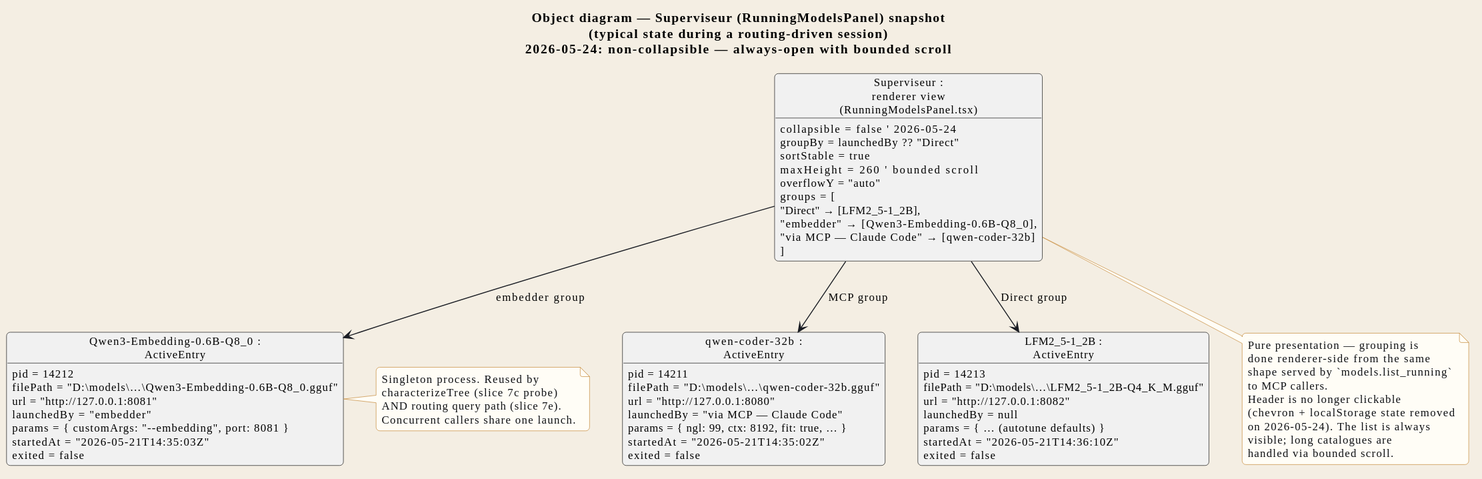
Earlier version of the PlantUML export docs/en/svg/objects-running-models.svg (Syphys/maestria). Its diagram source:
```plantuml
@startuml
!include ../_includes/style.iuml

title Object diagram — Superviseur (RunningModelsPanel) snapshot\n(typical state during a routing-driven session)\n2026-05-24: non-collapsible — always-open with bounded scroll


object "qwen-coder-32b :\nActiveEntry" as O_E_QWEN {
  pid = 14211
  filePath = "D:\\models\\…\\qwen-coder-32b.gguf"
  url = "http://127.0.0.1:8080"
  launchedBy = "via MCP — Claude Code"
  params = { ngl: 99, ctx: 8192, fit: true, … }
  startedAt = "2026-05-21T14:35:02Z"
  exited = false
}

object "Qwen3-Embedding-0.6B-Q8_0 :\nActiveEntry" as O_E_EMB {
  pid = 14212
  filePath = "D:\\models\\…\\Qwen3-Embedding-0.6B-Q8_0.gguf"
  url = "http://127.0.0.1:8081"
  launchedBy = "embedder"
  params = { customArgs: "--embedding", port: 8081 }
  startedAt = "2026-05-21T14:35:03Z"
  exited = false
}

object "LFM2_5-1_2B :\nActiveEntry" as O_E_LFM {
  pid = 14213
  filePath = "D:\\models\\…\\LFM2_5-1_2B-Q4_K_M.gguf"
  url = "http://127.0.0.1:8082"
  launchedBy = null
  params = { … (autotune defaults) }
  startedAt = "2026-05-21T14:36:10Z"
  exited = false
}

object "Superviseur :\nrenderer view\n(RunningModelsPanel.tsx)" as O_PANEL {
  collapsible = false   ' 2026-05-24
  groupBy = launchedBy ?? "Direct"
  sortStable = true
  maxHeight = 260       ' bounded scroll
  overflowY = "auto"
  groups = [
    "Direct" → [LFM2_5-1_2B],
    "embedder" → [Qwen3-Embedding-0.6B-Q8_0],
    "via MCP — Claude Code" → [qwen-coder-32b]
  ]
}

O_PANEL --> O_E_LFM : Direct group
O_PANEL --> O_E_EMB : embedder group
O_PANEL --> O_E_QWEN : MCP group

note right of O_E_EMB
  Singleton process. Reused by
  characterizeTree (slice 7c probe)
  AND routing query path (slice 7e).
  Concurrent callers share one launch.
end note

note bottom of O_PANEL
  Pure presentation — grouping is
  done renderer-side from the same
  shape served by `models.list_running`
  to MCP callers.
  Header is no longer clickable
  (chevron + localStorage state removed
  on 2026-05-24). The list is always
  visible; long catalogues are
  handled via bounded scroll.
end note
@enduml
```
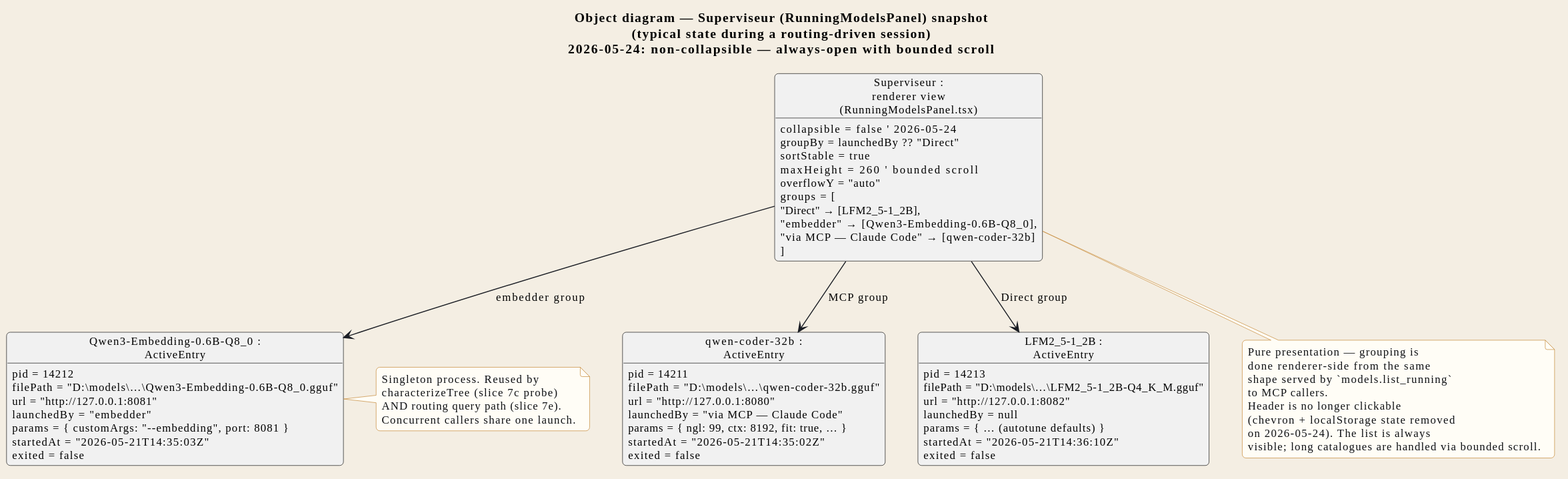
The same file after the commit.

Diff of the diagram source:
```diff
@@ -1,7 +1,7 @@
 @startuml
 !include ../_includes/style.iuml
 
-title Object diagram — Superviseur (RunningModelsPanel) snapshot\n(typical state during a routing-driven session)\n2026-05-24: non-collapsible — always-open with bounded scroll
+title STR_ORM_TITLE
 
 
 object "qwen-coder-32b :\nActiveEntry" as O_E_QWEN {
@@ -29,16 +29,16 @@
   filePath = "D:\\models\\…\\LFM2_5-1_2B-Q4_K_M.gguf"
   url = "http://127.0.0.1:8082"
   launchedBy = null
-  params = { … (autotune defaults) }
+  params = STR_ORM_LFM_PARAMS
   startedAt = "2026-05-21T14:36:10Z"
   exited = false
 }
 
-object "Superviseur :\nrenderer view\n(RunningModelsPanel.tsx)" as O_PANEL {
+object "STR_ORM_PANEL_LABEL" as O_PANEL {
   collapsible = false   ' 2026-05-24
   groupBy = launchedBy ?? "Direct"
   sortStable = true
-  maxHeight = 260       ' bounded scroll
+  maxHeight = 260       ' STR_ORM_PANEL_SCROLL_COMMENT
   overflowY = "auto"
   groups = [
     "Direct" → [LFM2_5-1_2B],
@@ -47,26 +47,25 @@
   ]
 }
 
-O_PANEL --> O_E_LFM : Direct group
-O_PANEL --> O_E_EMB : embedder group
-O_PANEL --> O_E_QWEN : MCP group
+O_PANEL --> O_E_LFM : STR_ORM_REL_DIRECT
+O_PANEL --> O_E_EMB : STR_ORM_REL_EMB
+O_PANEL --> O_E_QWEN : STR_ORM_REL_MCP
 
 note right of O_E_EMB
-  Singleton process. Reused by
-  characterizeTree (slice 7c probe)
-  AND routing query path (slice 7e).
-  Concurrent callers share one launch.
+  STR_ORM_NOTE_EMB_L1
+  STR_ORM_NOTE_EMB_L2
+  STR_ORM_NOTE_EMB_L3
+  STR_ORM_NOTE_EMB_L4
 end note
 
 note bottom of O_PANEL
-  Pure presentation — grouping is
-  done renderer-side from the same
-  shape served by `models.list_running`
-  to MCP callers.
-  Header is no longer clickable
-  (chevron + localStorage state removed
-  on 2026-05-24). The list is always
-  visible; long catalogues are
-  handled via bounded scroll.
+  STR_ORM_NOTE_PANEL_L1
+  STR_ORM_NOTE_PANEL_L2
+  STR_ORM_NOTE_PANEL_L3
+  STR_ORM_NOTE_PANEL_L4
+  STR_ORM_NOTE_PANEL_L5
+  STR_ORM_NOTE_PANEL_L6
+  STR_ORM_NOTE_PANEL_L7
+  STR_ORM_NOTE_PANEL_L8
 end note
 @enduml
```
